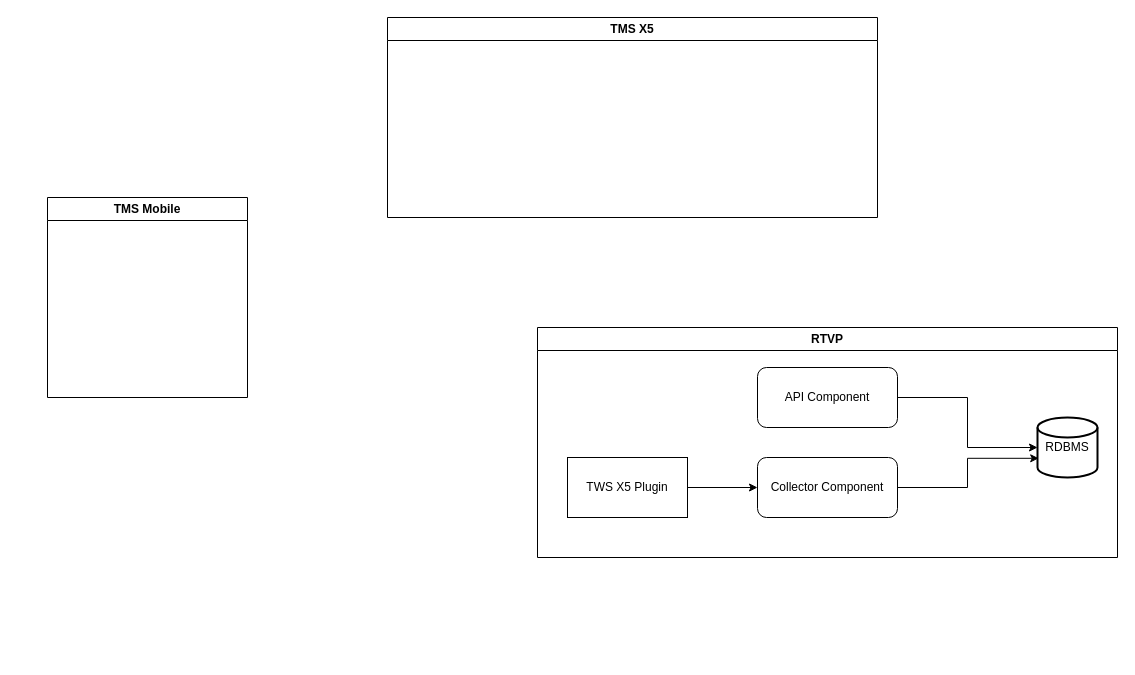
Above: page "желательная" (1 of 2) of Untitled Diagram.drawio in andrewmashin/cv (draw.io), before the change. Source tidied: cells renumbered, new cells numbered last; positions are measured from the earlier drawing's top-left corner, leaving out a move shared by most shapes. Both pictures are drawn from the tidied source at 100%, with x=0, y=0 at pixel (47, 17).
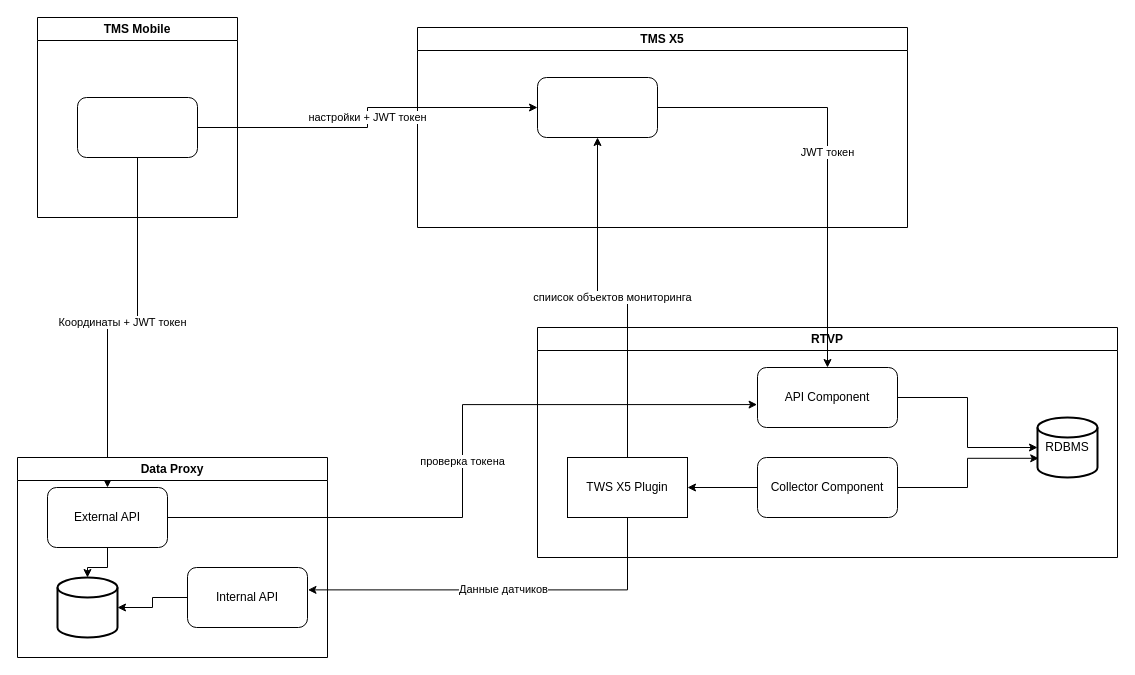
Above is the later version.

The change refers to these unchanged cells:
```xml
<mxCell id="2" value="RTVP" style="swimlane;whiteSpace=wrap;html=1;" parent="1" vertex="1">
  <mxGeometry x="490" y="310" width="580" height="230" as="geometry" />
</mxCell>
<mxCell id="4" value="TWS X5 Plugin" style="rounded=0;whiteSpace=wrap;html=1;" parent="2" vertex="1">
  <mxGeometry x="30" y="130" width="120" height="60" as="geometry" />
</mxCell>
<mxCell id="7" value="Collector Component" style="rounded=1;whiteSpace=wrap;html=1;" parent="2" vertex="1">
  <mxGeometry x="220" y="130" width="140" height="60" as="geometry" />
</mxCell>
<mxCell id="9" value="API Component" style="rounded=1;whiteSpace=wrap;html=1;" parent="2" vertex="1">
  <mxGeometry x="220" y="40" width="140" height="60" as="geometry" />
</mxCell>
```

What changed in the source:
```diff
@@
-    <mxCell id="3" style="edgeStyle=orthogonalEdgeStyle;rounded=0;jettySize=auto;html=1;entryX=0;entryY=0.5;entryDx=0;entryDy=0;" parent="2" edge="1" source="4" target="7">
-      <mxGeometry relative="1" as="geometry" />
-    </mxCell>
@@
+    <mxCell id="12" style="edgeStyle=orthogonalEdgeStyle;rounded=0;jettySize=auto;html=1;" parent="2" edge="1" source="7" target="4">
+      <mxGeometry relative="1" as="geometry" />
+    </mxCell>
@@
     <mxCell id="10" value="TMS X5" style="swimlane;whiteSpace=wrap;html=1;" parent="1" vertex="1">
-      <mxGeometry x="340" width="490" height="200" as="geometry" />
+      <mxGeometry x="370" y="10" width="490" height="200" as="geometry" />
     </mxCell>
+    <mxCell id="13" style="rounded=1;whiteSpace=wrap;html=1;" parent="10" vertex="1">
+      <mxGeometry x="120" y="50" width="120" height="60" as="geometry" />
+    </mxCell>
+    <mxCell id="14" value="Координаты + JWT токен" style="edgeStyle=orthogonalEdgeStyle;rounded=0;jettySize=auto;html=1;" parent="1" edge="1" source="15" target="20">
+      <mxGeometry relative="1" as="geometry" />
+    </mxCell>
     <mxCell id="11" value="TMS Mobile" style="swimlane;whiteSpace=wrap;html=1;" parent="1" vertex="1">
-      <mxGeometry y="180" width="200" height="200" as="geometry" />
+      <mxGeometry x="-10" width="200" height="200" as="geometry" />
     </mxCell>
+    <mxCell id="15" style="rounded=1;whiteSpace=wrap;html=1;" parent="11" vertex="1">
+      <mxGeometry x="40" y="80" width="120" height="60" as="geometry" />
+    </mxCell>
+    <mxCell id="16" value="Data Proxy" style="swimlane;whiteSpace=wrap;html=1;" parent="1" vertex="1">
+      <mxGeometry x="-30" y="440" width="310" height="200" as="geometry" />
+    </mxCell>
+    <mxCell id="17" style="edgeStyle=orthogonalEdgeStyle;rounded=0;jettySize=auto;html=1;entryX=1;entryY=0.5;entryDx=0;entryDy=0;entryPerimeter=0;" parent="16" edge="1" source="18" target="21">
+      <mxGeometry relative="1" as="geometry" />
+    </mxCell>
+    <mxCell id="18" value="Internal API" style="rounded=1;whiteSpace=wrap;html=1;" parent="16" vertex="1">
+      <mxGeometry x="170" y="110" width="120" height="60" as="geometry" />
+    </mxCell>
+    <mxCell id="19" style="edgeStyle=orthogonalEdgeStyle;rounded=0;jettySize=auto;html=1;" parent="16" edge="1" source="20" target="21">
+      <mxGeometry relative="1" as="geometry" />
+    </mxCell>
+    <mxCell id="20" value="External API" style="rounded=1;whiteSpace=wrap;html=1;" parent="16" vertex="1">
+      <mxGeometry x="30" y="30" width="120" height="60" as="geometry" />
+    </mxCell>
+    <mxCell id="21" style="strokeWidth=2;html=1;shape=mxgraph.flowchart.database;whiteSpace=wrap;" parent="16" vertex="1">
+      <mxGeometry x="40" y="120" width="60" height="60" as="geometry" />
+    </mxCell>
+    <mxCell id="22" value="Данные датчиков" style="edgeStyle=orthogonalEdgeStyle;rounded=0;jettySize=auto;html=1;entryX=1.004;entryY=0.373;entryDx=0;entryDy=0;entryPerimeter=0;exitX=0.5;exitY=1;exitDx=0;exitDy=0;" parent="1" edge="1" source="4" target="18">
+      <mxGeometry relative="1" as="geometry" />
+    </mxCell>
+    <mxCell id="23" value="проверка токена" style="edgeStyle=orthogonalEdgeStyle;rounded=0;jettySize=auto;html=1;entryX=-0.003;entryY=0.618;entryDx=0;entryDy=0;entryPerimeter=0;" parent="1" edge="1" source="20" target="9">
+      <mxGeometry relative="1" as="geometry" />
+    </mxCell>
+    <mxCell id="24" value="JWT токен" style="edgeStyle=orthogonalEdgeStyle;rounded=0;jettySize=auto;html=1;" parent="1" edge="1" source="13" target="9">
+      <mxGeometry relative="1" as="geometry" />
+    </mxCell>
+    <mxCell id="25" value="настройки + JWT токен" style="edgeStyle=orthogonalEdgeStyle;rounded=0;jettySize=auto;html=1;" parent="1" edge="1" source="15" target="13">
+      <mxGeometry relative="1" as="geometry" />
+    </mxCell>
+    <mxCell id="26" value="спиисок объектов мониторинга" style="edgeStyle=orthogonalEdgeStyle;rounded=0;jettySize=auto;html=1;entryX=0.5;entryY=1;entryDx=0;entryDy=0;" parent="1" edge="1" source="4" target="13">
+      <mxGeometry relative="1" as="geometry" />
+    </mxCell>
```
